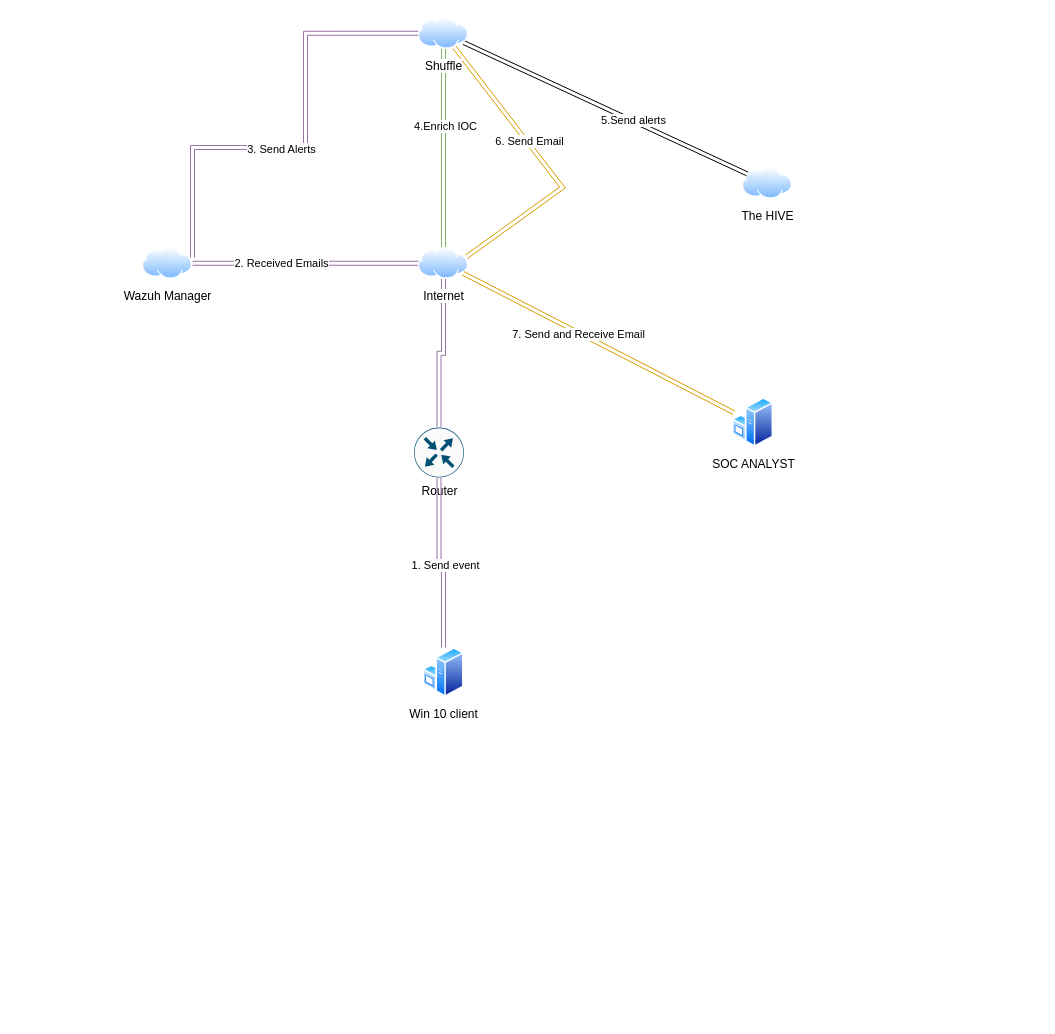
MMacgregor3m/ISAC.V2 keeps this draw.io diagram as Untitled Diagram.drawio. Above is the earlier version. Source tidied: cells renumbered, new cells numbered last; positions are measured from the earlier drawing's top-left corner, leaving out a move shared by most shapes. Both pictures are drawn from the tidied source at 100%, with x=0, y=0 at pixel (142, 17).
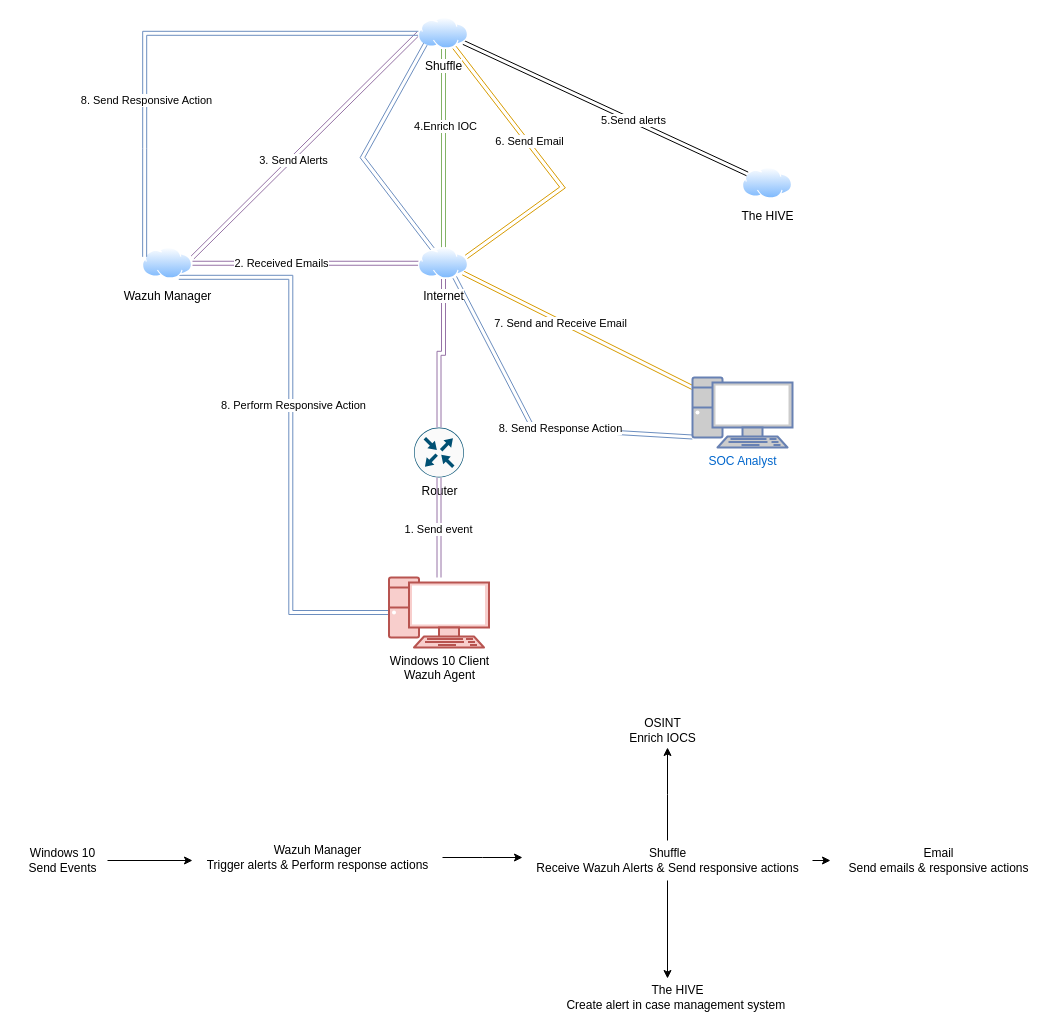
The same diagram, later.

The change refers to these unchanged cells:
```xml
<mxCell id="3" value="Router" style="sketch=0;points=[[0.5,0,0],[1,0.5,0],[0.5,1,0],[0,0.5,0],[0.145,0.145,0],[0.8555,0.145,0],[0.855,0.8555,0],[0.145,0.855,0]];verticalLabelPosition=bottom;html=1;verticalAlign=top;align=center;shape=mxgraph.cisco19.rect;prIcon=router;fillColor=#FAFAFA;strokeColor=#005073;" parent="1" vertex="1">
  <mxGeometry x="271.5" y="410" width="50" height="50" as="geometry" />
</mxCell>
<mxCell id="6" value="Wazuh Manager" style="image;perimeter=ellipsePerimeter;html=1;align=center;shadow=0;dashed=0;spacingTop=3;image=img/lib/active_directory/internet_cloud.svg;" parent="1" vertex="1">
  <mxGeometry y="230" width="50" height="31.5" as="geometry" />
</mxCell>
<mxCell id="14" value="Shuffle" style="image;perimeter=ellipsePerimeter;html=1;align=center;shadow=0;dashed=0;spacingTop=3;image=img/lib/active_directory/internet_cloud.svg;" parent="1" vertex="1">
  <mxGeometry x="276" width="50" height="31.5" as="geometry" />
</mxCell>
<mxCell id="23" value="Internet" style="image;perimeter=ellipsePerimeter;html=1;align=center;shadow=0;dashed=0;spacingTop=3;image=img/lib/active_directory/internet_cloud.svg;" parent="1" vertex="1">
  <mxGeometry x="276" y="230" width="50" height="31.5" as="geometry" />
</mxCell>
```

The edit, as a diff of the source:
```diff
@@
-    <mxCell id="2" value="Win 10 client" style="image;perimeter=ellipsePerimeter;html=1;align=center;shadow=0;dashed=0;spacingTop=3;image=img/lib/active_directory/windows_server.svg;" parent="1" vertex="1">
-      <mxGeometry x="280.5" y="630" width="41" height="50" as="geometry" />
-    </mxCell>
@@
-    <mxCell id="4" style="edgeStyle=orthogonalEdgeStyle;rounded=0;jettySize=auto;html=1;entryX=0;entryY=0.5;entryDx=0;entryDy=0;exitX=1;exitY=0.317;exitDx=0;exitDy=0;exitPerimeter=0;shape=link;fillColor=#e1d5e7;strokeColor=#9673a6;" parent="1" edge="1" source="6" target="14">
-      <mxGeometry relative="1" as="geometry">
-        <Array as="points">
-          <mxPoint x="50" y="130" />
-          <mxPoint x="163" y="130" />
-          <mxPoint x="163" y="16" />
-        </Array>
-      </mxGeometry>
+    <mxCell id="4" style="rounded=0;jettySize=auto;html=1;entryX=0;entryY=0.5;entryDx=0;entryDy=0;exitX=1;exitY=0.317;exitDx=0;exitDy=0;exitPerimeter=0;shape=link;fillColor=#e1d5e7;strokeColor=#9673a6;" parent="1" edge="1" source="6" target="14">
+      <mxGeometry relative="1" as="geometry" />
     </mxCell>
@@
+    <mxCell id="24" style="edgeStyle=orthogonalEdgeStyle;rounded=0;jettySize=auto;html=1;entryX=0;entryY=0.5;entryDx=0;entryDy=0;exitX=0.75;exitY=1;exitDx=0;exitDy=0;shape=link;fillColor=#dae8fc;strokeColor=#6c8ebf;entryPerimeter=0;" parent="1" edge="1" source="6" target="31">
+      <mxGeometry relative="1" as="geometry" />
+    </mxCell>
+    <mxCell id="25" value="8. Perform Responsive Action" style="edgeLabel;html=1;align=center;verticalAlign=middle;" parent="24" vertex="1">
+      <mxGeometry x="-0.12" y="2" relative="1" as="geometry" />
+    </mxCell>
@@
+    <mxCell id="26" style="edgeStyle=orthogonalEdgeStyle;rounded=0;jettySize=auto;html=1;entryX=0;entryY=0.25;entryDx=0;entryDy=0;shape=link;fillColor=#dae8fc;strokeColor=#6c8ebf;" parent="1" edge="1" source="14" target="6">
+      <mxGeometry relative="1" as="geometry" />
+    </mxCell>
+    <mxCell id="27" value="8. Send Responsive Action" style="edgeLabel;html=1;align=center;verticalAlign=middle;" parent="26" vertex="1">
+      <mxGeometry x="0.37" y="1" relative="1" as="geometry" />
+    </mxCell>
@@
-    <mxCell id="15" value="SOC ANALYST" style="image;perimeter=ellipsePerimeter;html=1;align=center;shadow=0;dashed=0;spacingTop=3;image=img/lib/active_directory/windows_server.svg;" parent="1" vertex="1">
-      <mxGeometry x="590" y="380" width="41" height="50" as="geometry" />
-    </mxCell>
+    <mxCell id="28" style="rounded=0;jettySize=auto;html=1;entryX=0.75;entryY=1;entryDx=0;entryDy=0;shape=link;fillColor=#dae8fc;strokeColor=#6c8ebf;exitX=0;exitY=0.85;exitDx=0;exitDy=0;exitPerimeter=0;" parent="1" edge="1" source="32" target="23">
+      <mxGeometry relative="1" as="geometry">
+        <Array as="points">
+          <mxPoint x="390" y="410" />
+        </Array>
+      </mxGeometry>
+    </mxCell>
+    <mxCell id="29" value="8. Send Response Action" style="edgeLabel;html=1;align=center;verticalAlign=middle;" parent="28" vertex="1">
+      <mxGeometry x="-0.19" y="-1" relative="1" as="geometry" />
+    </mxCell>
-    <mxCell id="16" style="edgeStyle=orthogonalEdgeStyle;rounded=0;jettySize=auto;html=1;shape=link;fillColor=#e1d5e7;strokeColor=#9673a6;" parent="1" edge="1" source="2" target="3">
+    <mxCell id="16" style="edgeStyle=orthogonalEdgeStyle;rounded=0;jettySize=auto;html=1;shape=link;fillColor=#e1d5e7;strokeColor=#9673a6;" parent="1" edge="1" source="31" target="3">
       <mxGeometry relative="1" as="geometry" />
     </mxCell>
@@
-    <mxCell id="21" style="rounded=0;jettySize=auto;html=1;shape=link;fillColor=#ffe6cc;strokeColor=#d79b00;" parent="1" edge="1" source="23" target="15">
+    <mxCell id="21" style="rounded=0;jettySize=auto;html=1;shape=link;fillColor=#ffe6cc;strokeColor=#d79b00;" parent="1" edge="1" source="23" target="32">
       <mxGeometry relative="1" as="geometry" />
     </mxCell>
@@
+    <mxCell id="30" style="rounded=0;jettySize=auto;html=1;entryX=0;entryY=1;entryDx=0;entryDy=0;shape=link;fillColor=#dae8fc;strokeColor=#6c8ebf;" parent="1" edge="1" source="23" target="14">
+      <mxGeometry relative="1" as="geometry">
+        <Array as="points">
+          <mxPoint x="220" y="140" />
+        </Array>
+      </mxGeometry>
+    </mxCell>
@@
+    <mxCell id="31" value="Windows 10 Client&lt;br&gt;Wazuh Agent" style="verticalAlign=top;verticalLabelPosition=bottom;labelPosition=center;align=center;html=1;outlineConnect=0;fillColor=#f8cecc;strokeColor=#b85450;gradientDirection=north;strokeWidth=2;shape=mxgraph.networks.pc;" parent="1" vertex="1">
+      <mxGeometry x="246.5" y="560" width="100" height="70" as="geometry" />
+    </mxCell>
+    <mxCell id="32" value="SOC Analyst" style="fontColor=#0066CC;verticalAlign=top;verticalLabelPosition=bottom;labelPosition=center;align=center;html=1;outlineConnect=0;fillColor=#CCCCCC;strokeColor=#6881B3;gradientColor=none;gradientDirection=north;strokeWidth=2;shape=mxgraph.networks.pc;" parent="1" vertex="1">
+      <mxGeometry x="550" y="360" width="100" height="70" as="geometry" />
+    </mxCell>
+    <mxCell id="33" style="edgeStyle=orthogonalEdgeStyle;rounded=0;jettySize=auto;html=1;" parent="1" edge="1" source="34">
+      <mxGeometry relative="1" as="geometry">
+        <mxPoint x="50" y="843" as="targetPoint" />
+      </mxGeometry>
+    </mxCell>
+    <mxCell id="34" value="Windows 10&lt;div&gt;Send Events&lt;/div&gt;" style="text;html=1;align=center;verticalAlign=middle;points=[];strokeColor=none;fillColor=none;" parent="1" vertex="1">
+      <mxGeometry x="-125" y="823" width="90" height="40" as="geometry" />
+    </mxCell>
+    <mxCell id="35" style="edgeStyle=orthogonalEdgeStyle;rounded=0;jettySize=auto;html=1;" parent="1" edge="1" source="36">
+      <mxGeometry relative="1" as="geometry">
+        <mxPoint x="380" y="840" as="targetPoint" />
+      </mxGeometry>
+    </mxCell>
+    <mxCell id="36" value="Wazuh Manager&lt;div&gt;Trigger alerts &amp;amp; Perform response actions&lt;/div&gt;" style="text;html=1;align=center;verticalAlign=middle;points=[];strokeColor=none;fillColor=none;" parent="1" vertex="1">
+      <mxGeometry x="50" y="820" width="250" height="40" as="geometry" />
+    </mxCell>
+    <mxCell id="37" style="edgeStyle=orthogonalEdgeStyle;rounded=0;jettySize=auto;html=1;" parent="1" edge="1" source="38">
+      <mxGeometry relative="1" as="geometry">
+        <mxPoint x="525" y="730" as="targetPoint" />
+      </mxGeometry>
+    </mxCell>
+    <mxCell id="38" value="Shuffle&lt;br&gt;Receive Wazuh Alerts &amp;amp; Send responsive actions" style="text;html=1;align=center;verticalAlign=middle;points=[];strokeColor=none;fillColor=none;" parent="1" vertex="1">
+      <mxGeometry x="380" y="823" width="290" height="40" as="geometry" />
+    </mxCell>
+    <mxCell id="39" value="OSINT&lt;br&gt;Enrich IOCS" style="text;html=1;align=center;verticalAlign=middle;strokeColor=none;fillColor=none;" parent="1" vertex="1">
+      <mxGeometry x="475" y="693" width="90" height="40" as="geometry" />
+    </mxCell>
+    <mxCell id="40" value="The HIVE&lt;br&gt;Create alert in case management system&amp;nbsp;" style="text;html=1;align=center;verticalAlign=middle;points=[];strokeColor=none;fillColor=none;" parent="1" vertex="1">
+      <mxGeometry x="410" y="960" width="250" height="40" as="geometry" />
+    </mxCell>
+    <mxCell id="41" value="Email&lt;div&gt;Send emails &amp;amp; responsive actions&lt;/div&gt;" style="text;html=1;align=center;verticalAlign=middle;points=[];strokeColor=none;fillColor=none;" parent="1" vertex="1">
+      <mxGeometry x="696" y="823" width="200" height="40" as="geometry" />
+    </mxCell>
+    <mxCell id="42" style="rounded=0;jettySize=auto;html=1;entryX=-0.04;entryY=0.5;entryDx=0;entryDy=0;entryPerimeter=0;" parent="1" edge="1" source="38" target="41">
+      <mxGeometry relative="1" as="geometry" />
+    </mxCell>
+    <mxCell id="43" style="edgeStyle=orthogonalEdgeStyle;rounded=0;jettySize=auto;html=1;entryX=0.46;entryY=0.025;entryDx=0;entryDy=0;entryPerimeter=0;" parent="1" edge="1" source="38" target="40">
+      <mxGeometry relative="1" as="geometry" />
+    </mxCell>
```
